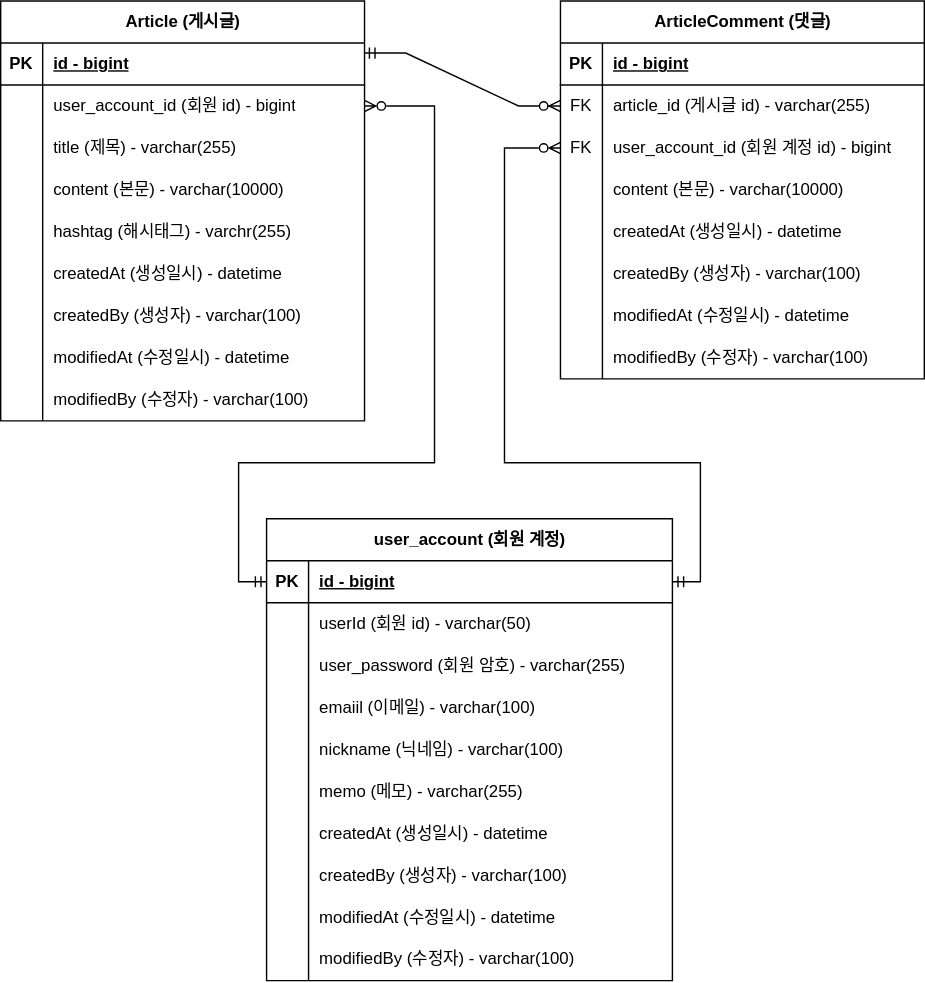
Above: src/Documents/ERD.svg in Sangddong/fastcampus-project-board (draw.io), before the change. Source tidied: cells renumbered, new cells last; positions are measured from the earlier drawing's top-left corner, leaving out a move shared by most shapes.
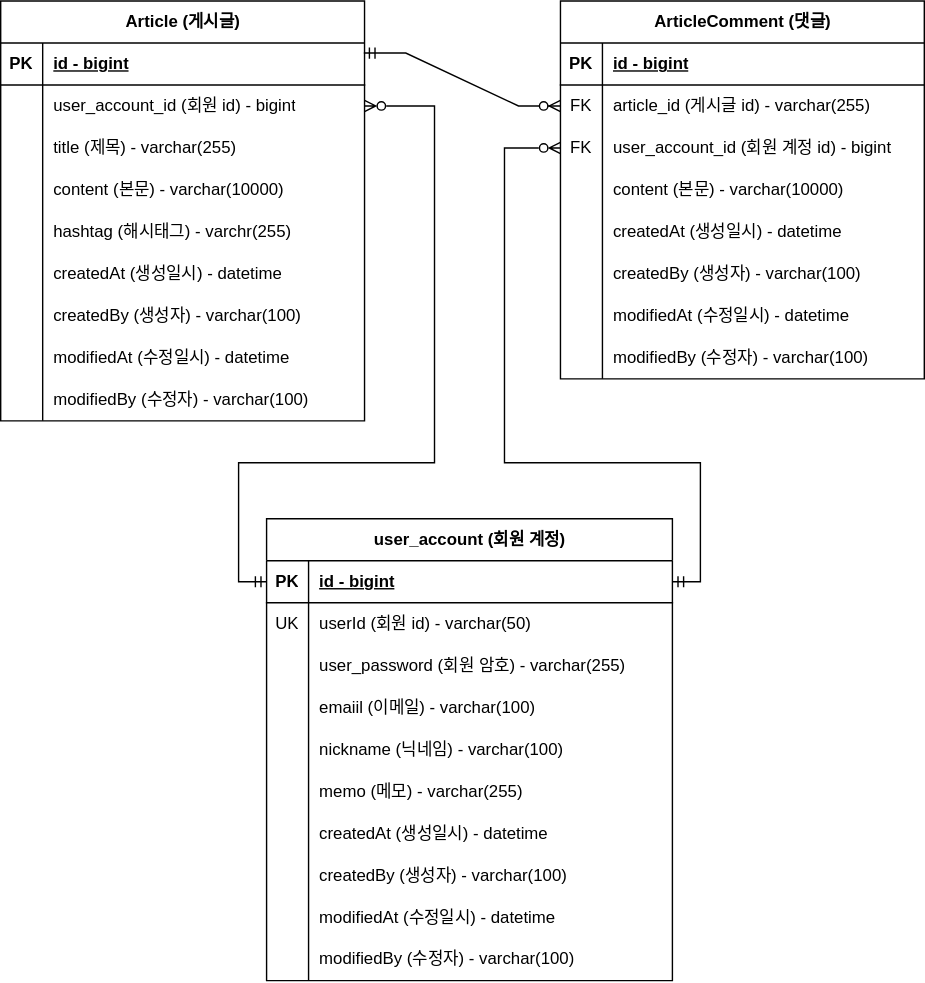
The same diagram one commit later.

Change to the diagram source:
```diff
@@ -179,7 +179,7 @@
     <mxCell id="60" style="shape=tableRow;horizontal=0;startSize=0;swimlaneHead=0;swimlaneBody=0;fillColor=none;top=0;left=0;right=0;bottom=0;" parent="56" vertex="1">
       <mxGeometry y="60" width="290" height="30" as="geometry" />
     </mxCell>
-    <mxCell id="61" style="shape=partialRectangle;fillColor=none;top=0;left=0;bottom=0;right=0;overflow=hidden;whiteSpace=wrap;html=1;" parent="60" vertex="1">
+    <mxCell id="61" value="UK" style="shape=partialRectangle;fillColor=none;top=0;left=0;bottom=0;right=0;overflow=hidden;whiteSpace=wrap;html=1;" parent="60" vertex="1">
       <mxGeometry width="30" height="30" as="geometry" />
     </mxCell>
     <mxCell id="62" value="userId (회원 id) - varchar(50)" style="shape=partialRectangle;fillColor=none;top=0;left=0;bottom=0;right=0;align=left;spacingLeft=6;overflow=hidden;whiteSpace=wrap;html=1;" parent="60" vertex="1">
```
